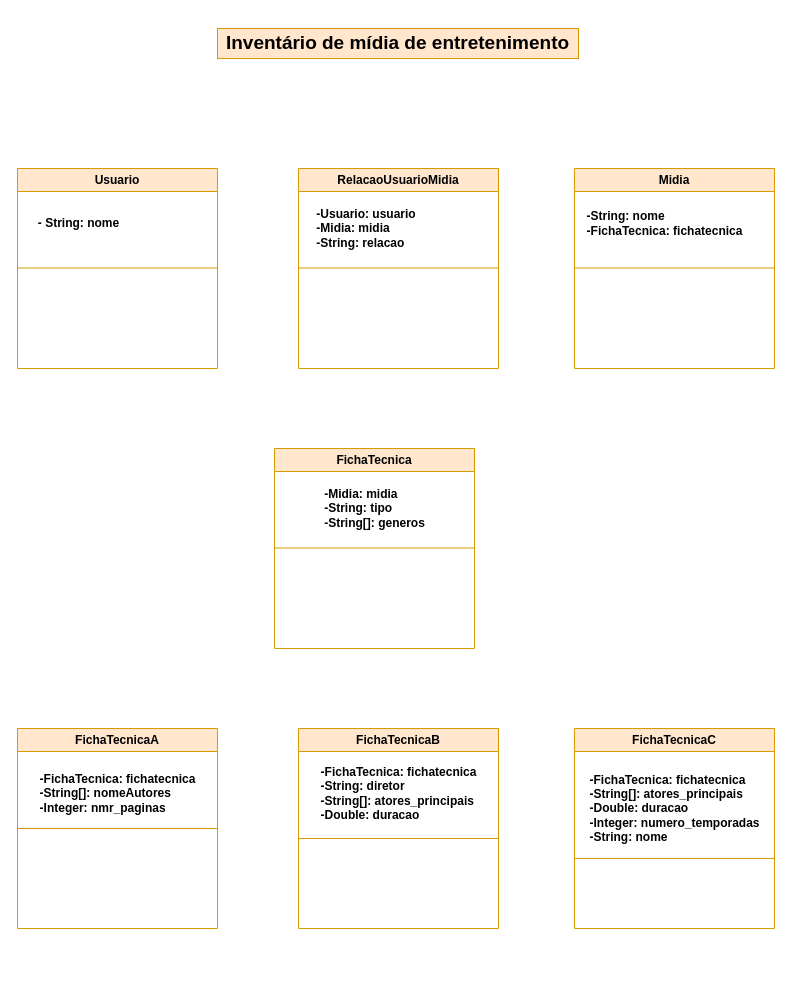
Before: media_inventory(flowchart).drawio in EliasGabrielSA/-media_inventory, a draw.io diagram. Source tidied: cells renumbered, new cells numbered last; positions are measured from the earlier drawing's top-left corner, leaving out a move shared by most shapes. Both pictures are drawn from the tidied source at 100%, with x=0, y=0 at pixel (17, 28).
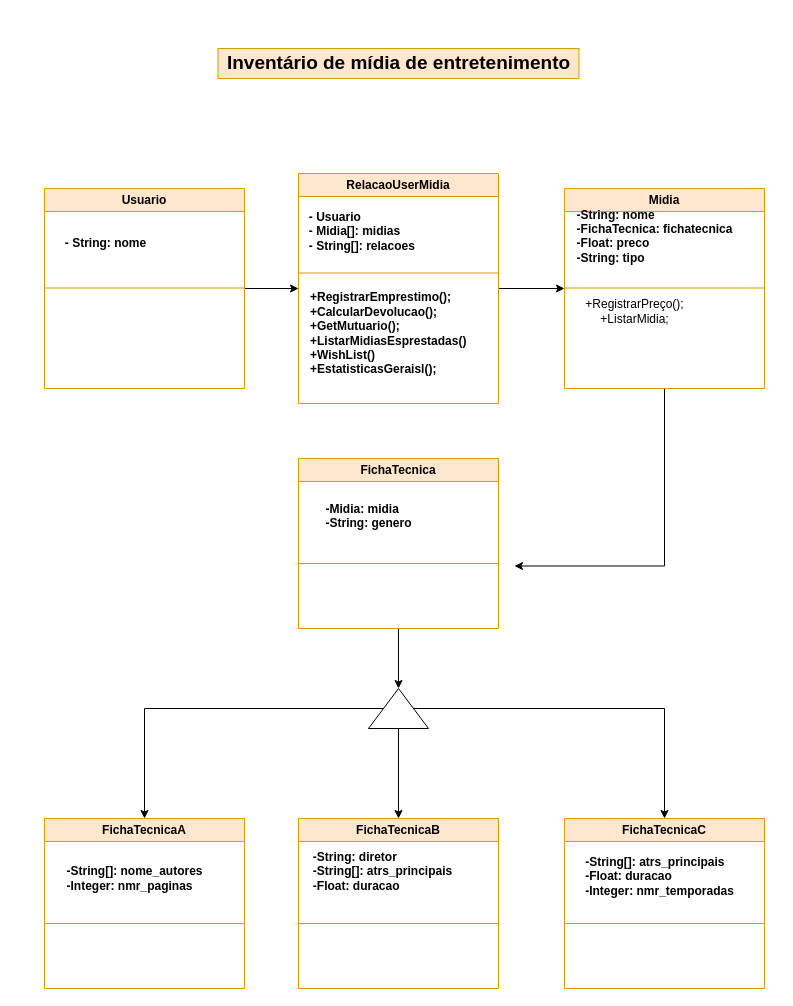
Above is the later version.

Change to the diagram source:
```diff
@@
+    <mxCell id="24" style="edgeStyle=orthogonalEdgeStyle;rounded=0;jettySize=auto;html=1;entryX=0;entryY=0.5;entryDx=0;entryDy=0;" parent="1" edge="1" source="2" target="28">
+      <mxGeometry relative="1" as="geometry" />
+    </mxCell>
     <mxCell id="2" value="Usuario" style="swimlane;whiteSpace=wrap;html=1;startSize=23;fillColor=#ffe6cc;strokeColor=#d79b00;" parent="1" vertex="1">
-      <mxGeometry y="140" width="200" height="200" as="geometry" />
+      <mxGeometry x="27" y="160" width="200" height="200" as="geometry" />
     </mxCell>
@@
     <mxCell id="5" value="&lt;h2 style=&quot;text-align: justify;&quot;&gt;&lt;span style=&quot;background-color: initial;&quot;&gt;&lt;font style=&quot;font-size: 19px;&quot;&gt;Inventário de mídia de entretenimento&lt;/font&gt;&lt;/span&gt;&lt;/h2&gt;" style="text;html=1;strokeColor=#d79b00;fillColor=#ffe6cc;align=center;verticalAlign=middle;whiteSpace=wrap;rounded=0;" parent="1" vertex="1">
-      <mxGeometry x="200" width="361" height="30" as="geometry" />
+      <mxGeometry x="200.5" y="20" width="361" height="30" as="geometry" />
     </mxCell>
+    <mxCell id="25" style="edgeStyle=orthogonalEdgeStyle;rounded=0;jettySize=auto;html=1;entryX=1;entryY=0.75;entryDx=0;entryDy=0;exitX=0.5;exitY=1;exitDx=0;exitDy=0;" parent="1" edge="1" source="6">
+      <mxGeometry relative="1" as="geometry">
+        <mxPoint x="497" y="537.5" as="targetPoint" />
+        <Array as="points">
+          <mxPoint x="647" y="538" />
+        </Array>
+      </mxGeometry>
+    </mxCell>
     <mxCell id="6" value="Midia" style="swimlane;whiteSpace=wrap;html=1;startSize=23;fillColor=#ffe6cc;strokeColor=#d79b00;" parent="1" vertex="1">
-      <mxGeometry x="557" y="140" width="200" height="200" as="geometry" />
+      <mxGeometry x="547" y="160" width="200" height="200" as="geometry" />
     </mxCell>
-    <mxCell id="7" value="&lt;div style=&quot;text-align: justify;&quot;&gt;&lt;span style=&quot;background-color: initial;&quot;&gt;&lt;b&gt;-String: nome&lt;/b&gt;&lt;/span&gt;&lt;/div&gt;&lt;div style=&quot;text-align: justify;&quot;&gt;&lt;b style=&quot;background-color: initial;&quot;&gt;-FichaTecnica: fichatecnica&lt;/b&gt;&lt;/div&gt;" style="text;html=1;align=center;verticalAlign=middle;strokeColor=none;fillColor=none;" parent="6" vertex="1">
-      <mxGeometry y="35" width="180" height="40" as="geometry" />
+    <mxCell id="7" value="&lt;div style=&quot;text-align: justify;&quot;&gt;&lt;span style=&quot;background-color: initial;&quot;&gt;&lt;b&gt;-String: nome&lt;/b&gt;&lt;/span&gt;&lt;/div&gt;&lt;div style=&quot;text-align: justify;&quot;&gt;&lt;b style=&quot;background-color: initial;&quot;&gt;-FichaTecnica: fichatecnica&lt;/b&gt;&lt;/div&gt;&lt;div style=&quot;text-align: justify;&quot;&gt;&lt;b style=&quot;background-color: initial;&quot;&gt;-Float: preco&lt;/b&gt;&lt;/div&gt;&lt;div style=&quot;text-align: justify;&quot;&gt;&lt;div style=&quot;border-color: var(--border-color);&quot;&gt;&lt;b style=&quot;border-color: var(--border-color);&quot;&gt;-String: tipo&lt;/b&gt;&lt;/div&gt;&lt;div&gt;&lt;b style=&quot;border-color: var(--border-color);&quot;&gt;&lt;br&gt;&lt;/b&gt;&lt;/div&gt;&lt;/div&gt;" style="text;html=1;align=center;verticalAlign=middle;strokeColor=none;fillColor=none;" parent="6" vertex="1">
+      <mxGeometry y="10" width="180" height="90" as="geometry" />
     </mxCell>
@@
-    <mxCell id="9" value="RelacaoUsuarioMidia" style="swimlane;whiteSpace=wrap;html=1;startSize=23;fillColor=#ffe6cc;strokeColor=#d79b00;" parent="1" vertex="1">
-      <mxGeometry x="281" y="140" width="200" height="200" as="geometry" />
-    </mxCell>
-    <mxCell id="10" style="endArrow=none;html=1;rounded=0;fillColor=#ffe6cc;strokeColor=#d79b00;" parent="9" edge="1">
-      <mxGeometry relative="1" as="geometry">
-        <mxPoint y="99.5" as="sourcePoint" />
-        <mxPoint x="200" y="99.5" as="targetPoint" />
-      </mxGeometry>
-    </mxCell>
-    <mxCell id="11" value="&lt;div style=&quot;text-align: justify;&quot;&gt;&lt;span style=&quot;background-color: initial;&quot;&gt;&lt;b&gt;-Usuario: usuario&lt;/b&gt;&lt;/span&gt;&lt;/div&gt;&lt;div style=&quot;text-align: justify;&quot;&gt;&lt;span style=&quot;background-color: initial;&quot;&gt;&lt;b&gt;-Midia: midia&lt;/b&gt;&lt;/span&gt;&lt;/div&gt;&lt;div style=&quot;text-align: justify;&quot;&gt;&lt;span style=&quot;background-color: initial;&quot;&gt;&lt;b&gt;-String: relacao&lt;/b&gt;&lt;/span&gt;&lt;/div&gt;" style="text;html=1;strokeColor=none;fillColor=none;align=center;verticalAlign=middle;whiteSpace=wrap;rounded=0;" parent="9" vertex="1">
-      <mxGeometry x="15" y="45" width="106" height="30" as="geometry" />
-    </mxCell>
+    <mxCell id="26" style="edgeStyle=orthogonalEdgeStyle;rounded=0;jettySize=auto;html=1;entryX=1;entryY=0.5;entryDx=0;entryDy=0;" parent="1" edge="1" source="12" target="35">
+      <mxGeometry relative="1" as="geometry" />
+    </mxCell>
     <mxCell id="12" value="FichaTecnica" style="swimlane;whiteSpace=wrap;html=1;startSize=23;fillColor=#ffe6cc;strokeColor=#d79b00;" parent="1" vertex="1">
-      <mxGeometry x="257" y="420" width="200" height="200" as="geometry" />
+      <mxGeometry x="281" y="430" width="200" height="170" as="geometry" />
     </mxCell>
-    <mxCell id="13" value="&lt;div style=&quot;text-align: justify;&quot;&gt;&lt;b&gt;-Midia: midia&lt;/b&gt;&lt;/div&gt;&lt;div style=&quot;text-align: justify;&quot;&gt;&lt;b&gt;-String: tipo&lt;/b&gt;&lt;/div&gt;&lt;div style=&quot;text-align: justify;&quot;&gt;&lt;b&gt;-String[]: generos&lt;/b&gt;&lt;/div&gt;" style="text;html=1;align=center;verticalAlign=middle;strokeColor=none;fillColor=none;" parent="12" vertex="1">
-      <mxGeometry x="40" y="30" width="120" height="60" as="geometry" />
+    <mxCell id="13" value="&lt;div style=&quot;text-align: justify;&quot;&gt;&lt;b&gt;-Midia: midia&lt;/b&gt;&lt;/div&gt;&lt;div style=&quot;text-align: justify;&quot;&gt;&lt;b&gt;-String: genero&lt;/b&gt;&lt;/div&gt;&lt;div style=&quot;text-align: justify;&quot;&gt;&lt;b&gt;&lt;br&gt;&lt;/b&gt;&lt;/div&gt;" style="text;html=1;align=center;verticalAlign=middle;strokeColor=none;fillColor=none;" parent="12" vertex="1">
+      <mxGeometry x="15" y="35" width="110" height="60" as="geometry" />
     </mxCell>
     <mxCell id="14" style="endArrow=none;html=1;rounded=0;fillColor=#ffe6cc;strokeColor=#d79b00;" parent="12" edge="1">
       <mxGeometry relative="1" as="geometry">
-        <mxPoint y="99.5" as="sourcePoint" />
-        <mxPoint x="200" y="99.5" as="targetPoint" />
+        <mxPoint y="105" as="sourcePoint" />
+        <mxPoint x="200" y="105" as="targetPoint" />
       </mxGeometry>
     </mxCell>
+    <mxCell id="27" style="edgeStyle=orthogonalEdgeStyle;rounded=0;jettySize=auto;html=1;entryX=0;entryY=0.5;entryDx=0;entryDy=0;" parent="1" edge="1" source="28" target="6">
+      <mxGeometry relative="1" as="geometry" />
+    </mxCell>
+    <mxCell id="28" value="RelacaoUserMidia" style="swimlane;whiteSpace=wrap;html=1;startSize=23;fillColor=#ffe6cc;strokeColor=#d79b00;" parent="1" vertex="1">
+      <mxGeometry x="281" y="145" width="200" height="230" as="geometry" />
+    </mxCell>
+    <mxCell id="29" value="&lt;div style=&quot;text-align: justify;&quot;&gt;&lt;span style=&quot;background-color: initial;&quot;&gt;&lt;b&gt;- Usuario&lt;/b&gt;&lt;/span&gt;&lt;/div&gt;&lt;div style=&quot;text-align: justify;&quot;&gt;&lt;span style=&quot;background-color: initial;&quot;&gt;&lt;b&gt;- Midia[]: midias&lt;/b&gt;&lt;/span&gt;&lt;/div&gt;&lt;div style=&quot;text-align: justify;&quot;&gt;&lt;span style=&quot;background-color: initial;&quot;&gt;&lt;b&gt;- String[]: relacoes&amp;nbsp;&lt;/b&gt;&lt;/span&gt;&lt;/div&gt;&lt;div style=&quot;text-align: justify;&quot;&gt;&lt;span style=&quot;background-color: initial;&quot;&gt;&lt;b&gt;&lt;br&gt;&lt;/b&gt;&lt;/span&gt;&lt;/div&gt;" style="text;html=1;align=center;verticalAlign=middle;strokeColor=none;fillColor=none;" parent="28" vertex="1">
+      <mxGeometry y="30" width="130" height="70" as="geometry" />
+    </mxCell>
+    <mxCell id="30" style="endArrow=none;html=1;rounded=0;fillColor=#ffe6cc;strokeColor=#d79b00;" parent="28" edge="1">
+      <mxGeometry relative="1" as="geometry">
+        <mxPoint y="99.5" as="sourcePoint" />
+        <mxPoint x="200" y="99.5" as="targetPoint" />
+      </mxGeometry>
+    </mxCell>
+    <mxCell id="31" value="&lt;b&gt;+RegistrarEmprestimo();&lt;br&gt;+CalcularDevolucao();&lt;br&gt;+GetMutuario();&lt;br&gt;+ListarMidiasEsprestadas()&lt;br&gt;+WishList()&lt;br&gt;+EstatisticasGeraisl();&lt;/b&gt;" style="text;html=1;align=left;verticalAlign=middle;strokeColor=none;fillColor=none;" parent="28" vertex="1">
+      <mxGeometry x="10" y="110" width="180" height="100" as="geometry" />
+    </mxCell>
+    <mxCell id="32" style="edgeStyle=orthogonalEdgeStyle;rounded=0;jettySize=auto;html=1;entryX=0.5;entryY=0;entryDx=0;entryDy=0;" parent="1" edge="1" source="35" target="15">
+      <mxGeometry relative="1" as="geometry" />
+    </mxCell>
+    <mxCell id="33" style="edgeStyle=orthogonalEdgeStyle;rounded=0;jettySize=auto;html=1;entryX=0.5;entryY=0;entryDx=0;entryDy=0;" parent="1" edge="1" source="35" target="21">
+      <mxGeometry relative="1" as="geometry" />
+    </mxCell>
+    <mxCell id="34" style="edgeStyle=orthogonalEdgeStyle;rounded=0;jettySize=auto;html=1;entryX=0.5;entryY=0;entryDx=0;entryDy=0;" parent="1" edge="1" source="35" target="18">
+      <mxGeometry relative="1" as="geometry" />
+    </mxCell>
+    <mxCell id="35" style="triangle;whiteSpace=wrap;html=1;rotation=-90;" parent="1" vertex="1">
+      <mxGeometry x="361" y="650" width="40" height="60" as="geometry" />
+    </mxCell>
     <mxCell id="15" value="FichaTecnicaA" style="swimlane;whiteSpace=wrap;html=1;startSize=23;fillColor=#ffe6cc;strokeColor=#d79b00;" parent="1" vertex="1">
-      <mxGeometry y="700" width="200" height="200" as="geometry" />
+      <mxGeometry x="27" y="790" width="200" height="170" as="geometry" />
     </mxCell>
-    <mxCell id="16" value="&lt;div style=&quot;text-align: justify;&quot;&gt;&lt;b&gt;-FichaTecnica: fichatecnica&lt;/b&gt;&lt;/div&gt;&lt;div style=&quot;text-align: justify;&quot;&gt;&lt;b&gt;-String[]: nomeAutores&lt;/b&gt;&lt;/div&gt;&lt;div style=&quot;text-align: justify;&quot;&gt;&lt;b&gt;-Integer: nmr_paginas&lt;/b&gt;&lt;/div&gt;" style="text;html=1;align=center;verticalAlign=middle;strokeColor=none;fillColor=none;" parent="15" vertex="1">
-      <mxGeometry x="10" y="35" width="180" height="60" as="geometry" />
-    </mxCell>
-    <mxCell id="17" style="endArrow=none;html=1;rounded=0;fillColor=#ffe6cc;strokeColor=#d79b00;" parent="15" edge="1">
-      <mxGeometry relative="1" as="geometry">
-        <mxPoint y="100" as="sourcePoint" />
-        <mxPoint x="200" y="100" as="targetPoint" />
-      </mxGeometry>
-    </mxCell>
+    <mxCell id="36" value="&lt;div style=&quot;text-align: justify;&quot;&gt;&lt;b&gt;-String[]: nome_autores&lt;/b&gt;&lt;/div&gt;&lt;div style=&quot;text-align: justify;&quot;&gt;&lt;b&gt;-Integer: nmr_paginas&lt;/b&gt;&lt;/div&gt;" style="text;html=1;align=center;verticalAlign=middle;strokeColor=none;fillColor=none;" parent="15" vertex="1">
+      <mxGeometry x="10" y="40" width="160" height="40" as="geometry" />
+    </mxCell>
+    <mxCell id="37" style="endArrow=none;html=1;rounded=0;fillColor=#ffe6cc;strokeColor=#d79b00;" parent="15" edge="1">
+      <mxGeometry relative="1" as="geometry">
+        <mxPoint y="105" as="sourcePoint" />
+        <mxPoint x="200" y="105" as="targetPoint" />
+      </mxGeometry>
+    </mxCell>
     <mxCell id="18" value="FichaTecnicaB" style="swimlane;whiteSpace=wrap;html=1;startSize=23;fillColor=#ffe6cc;strokeColor=#d79b00;" parent="1" vertex="1">
-      <mxGeometry x="281" y="700" width="200" height="200" as="geometry" />
+      <mxGeometry x="281" y="790" width="200" height="170" as="geometry" />
     </mxCell>
-    <mxCell id="19" value="&lt;div style=&quot;text-align: justify;&quot;&gt;&lt;b&gt;-FichaTecnica: fichatecnica&lt;/b&gt;&lt;/div&gt;&lt;div style=&quot;text-align: justify;&quot;&gt;&lt;b&gt;-String: diretor&lt;/b&gt;&lt;/div&gt;&lt;div style=&quot;text-align: justify;&quot;&gt;&lt;b&gt;-String[]: atores_principais&lt;/b&gt;&lt;/div&gt;&lt;div style=&quot;text-align: justify;&quot;&gt;&lt;b&gt;-Double: duracao&lt;/b&gt;&lt;/div&gt;" style="text;html=1;align=center;verticalAlign=middle;strokeColor=none;fillColor=none;" parent="18" vertex="1">
-      <mxGeometry x="10" y="30" width="180" height="70" as="geometry" />
-    </mxCell>
-    <mxCell id="20" style="endArrow=none;html=1;rounded=0;fillColor=#ffe6cc;strokeColor=#d79b00;" parent="18" edge="1">
-      <mxGeometry relative="1" as="geometry">
-        <mxPoint y="110" as="sourcePoint" />
-        <mxPoint x="200" y="110" as="targetPoint" />
-      </mxGeometry>
-    </mxCell>
+    <mxCell id="38" value="&lt;div style=&quot;text-align: justify;&quot;&gt;&lt;b&gt;-String: diretor&lt;/b&gt;&lt;/div&gt;&lt;div style=&quot;text-align: justify;&quot;&gt;&lt;b&gt;-String[]: atrs_principais&lt;/b&gt;&lt;/div&gt;&lt;div style=&quot;text-align: justify;&quot;&gt;&lt;b&gt;-Float: duracao&lt;/b&gt;&lt;/div&gt;&lt;div style=&quot;text-align: justify;&quot;&gt;&lt;b&gt;&lt;br&gt;&lt;/b&gt;&lt;/div&gt;" style="text;html=1;align=center;verticalAlign=middle;strokeColor=none;fillColor=none;" parent="18" vertex="1">
+      <mxGeometry x="4" y="25" width="160" height="70" as="geometry" />
+    </mxCell>
+    <mxCell id="39" style="endArrow=none;html=1;rounded=0;fillColor=#ffe6cc;strokeColor=#d79b00;" parent="18" edge="1">
+      <mxGeometry relative="1" as="geometry">
+        <mxPoint y="105" as="sourcePoint" />
+        <mxPoint x="200" y="105" as="targetPoint" />
+      </mxGeometry>
+    </mxCell>
     <mxCell id="21" value="FichaTecnicaC" style="swimlane;whiteSpace=wrap;html=1;startSize=23;fillColor=#ffe6cc;strokeColor=#d79b00;" parent="1" vertex="1">
-      <mxGeometry x="557" y="700" width="200" height="200" as="geometry" />
+      <mxGeometry x="547" y="790" width="200" height="170" as="geometry" />
     </mxCell>
-    <mxCell id="22" value="&lt;div style=&quot;text-align: justify;&quot;&gt;&lt;b&gt;-FichaTecnica: fichatecnica&lt;/b&gt;&lt;/div&gt;&lt;div style=&quot;text-align: justify;&quot;&gt;&lt;b&gt;-String[]: atores_principais&lt;/b&gt;&lt;/div&gt;&lt;div style=&quot;text-align: justify;&quot;&gt;&lt;b&gt;-Double: duracao&lt;/b&gt;&lt;/div&gt;&lt;div style=&quot;text-align: justify;&quot;&gt;&lt;b&gt;-Integer: numero_temporadas&lt;/b&gt;&lt;/div&gt;&lt;div style=&quot;text-align: justify;&quot;&gt;&lt;b&gt;-String: nome&lt;/b&gt;&lt;/div&gt;" style="text;html=1;align=center;verticalAlign=middle;strokeColor=none;fillColor=none;" parent="21" vertex="1">
-      <mxGeometry x="5" y="35" width="190" height="90" as="geometry" />
-    </mxCell>
-    <mxCell id="23" style="endArrow=none;html=1;rounded=0;fillColor=#ffe6cc;strokeColor=#d79b00;" parent="21" edge="1">
-      <mxGeometry relative="1" as="geometry">
-        <mxPoint y="130" as="sourcePoint" />
-        <mxPoint x="200" y="130" as="targetPoint" />
-      </mxGeometry>
-    </mxCell>
+    <mxCell id="40" value="&lt;div style=&quot;text-align: justify;&quot;&gt;&lt;div style=&quot;border-color: var(--border-color);&quot;&gt;&lt;b style=&quot;background-color: initial; border-color: var(--border-color);&quot;&gt;-String[]: atrs_principais&lt;/b&gt;&lt;/div&gt;&lt;div style=&quot;border-color: var(--border-color);&quot;&gt;&lt;b style=&quot;border-color: var(--border-color);&quot;&gt;-Float: duracao&lt;/b&gt;&lt;/div&gt;&lt;div style=&quot;border-color: var(--border-color);&quot;&gt;&lt;b style=&quot;border-color: var(--border-color);&quot;&gt;-Integer: nmr_temporadas&lt;/b&gt;&lt;/div&gt;&lt;div style=&quot;border-color: var(--border-color);&quot;&gt;&lt;b style=&quot;border-color: var(--border-color);&quot;&gt;&lt;br&gt;&lt;/b&gt;&lt;/div&gt;&lt;/div&gt;" style="text;html=1;align=center;verticalAlign=middle;strokeColor=none;fillColor=none;" parent="21" vertex="1">
+      <mxGeometry x="10" y="30" width="170" height="70" as="geometry" />
+    </mxCell>
+    <mxCell id="41" style="endArrow=none;html=1;rounded=0;fillColor=#ffe6cc;strokeColor=#d79b00;" parent="21" edge="1">
+      <mxGeometry relative="1" as="geometry">
+        <mxPoint y="105" as="sourcePoint" />
+        <mxPoint x="200" y="105" as="targetPoint" />
+      </mxGeometry>
+    </mxCell>
+    <mxCell id="42" value="+RegistrarPreço();&lt;br&gt;+ListarMidia;&lt;br&gt;" style="text;html=1;align=center;verticalAlign=middle;strokeColor=none;fillColor=none;" parent="1" vertex="1">
+      <mxGeometry x="557" y="263" width="120" height="40" as="geometry" />
+    </mxCell>
```
